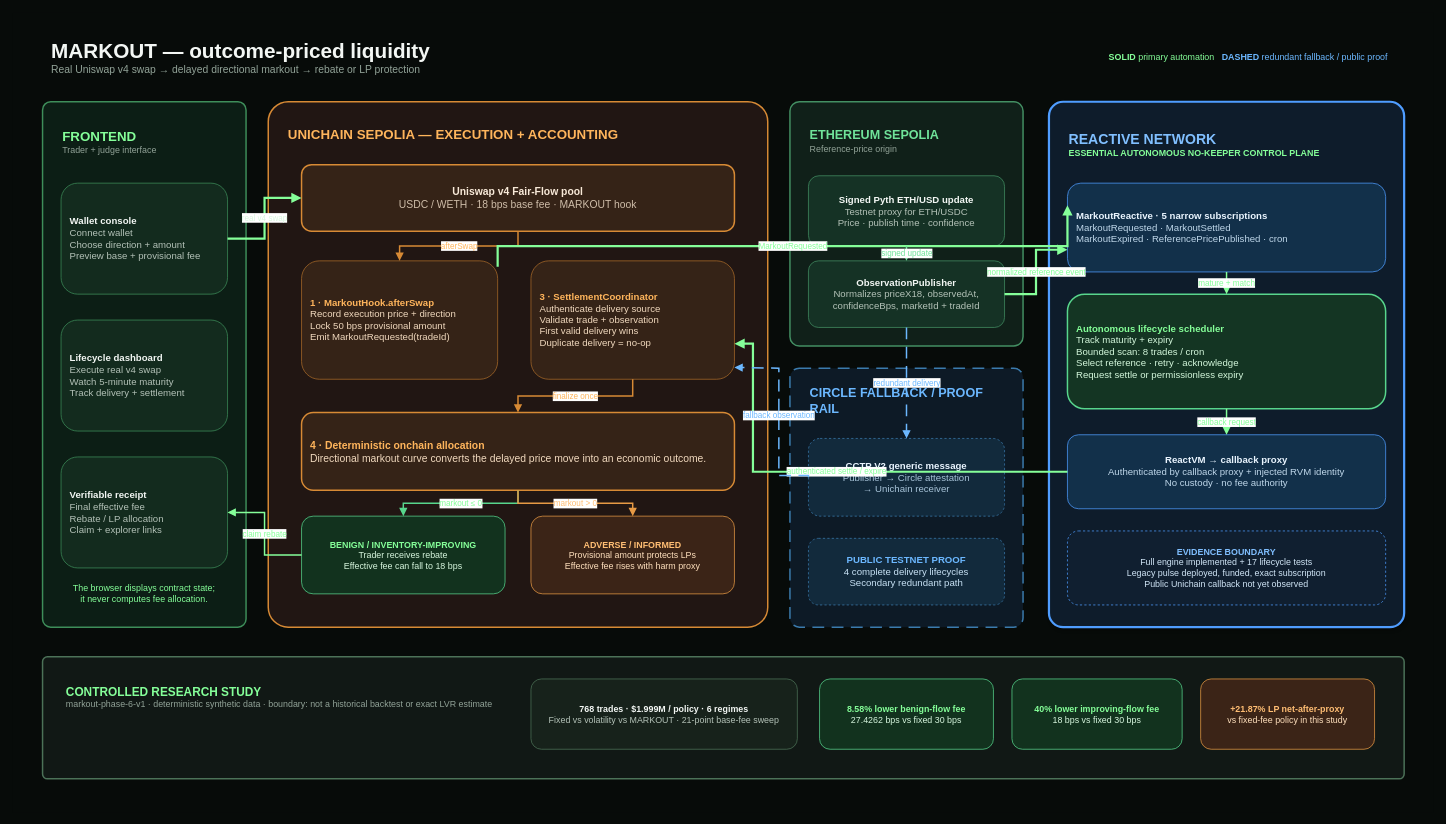
RudraBhaskar9439/markout-hook keeps this draw.io diagram as page "01 Complete Architecture" (1 of 2) of docs/diagrams/MARKOUT_ARCHITECTURE.drawio. Above is the earlier version. Source tidied: cells renumbered, new cells numbered last; positions are measured from the earlier drawing's top-left corner, leaving out a move shared by most shapes. Both pictures are drawn from the tidied source at 74%, with x=0, y=0 at pixel (13, 13).
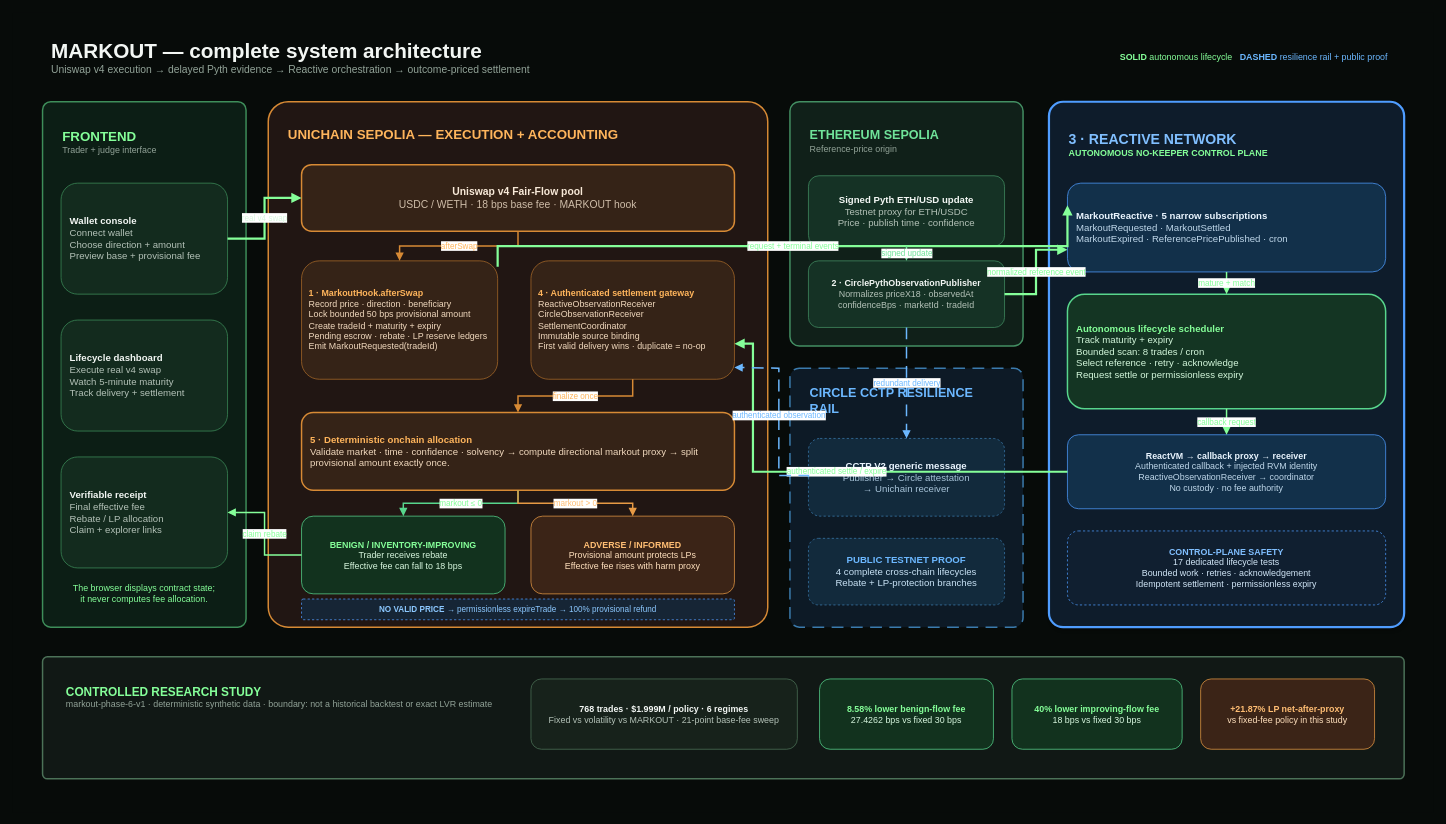
Above is the later version.

Commit message (it also covers changes not shown here):
docs: expand complete MARKOUT system architecture

Unchanged cells that the change refers to:
```xml
<mxCell id="25" value="&lt;font color=&quot;#EAF5FF&quot;&gt;&lt;b&gt;CCTP V2 generic message&lt;/b&gt;&lt;/font&gt;&lt;br&gt;&lt;font color=&quot;#A9C5DA&quot;&gt;Publisher → Circle attestation&lt;br&gt;→ Unichain receiver&lt;/font&gt;" style="rounded=1;whiteSpace=wrap;html=1;fillColor=#122A3C;strokeColor=#3B7BAD;dashed=1;fontSize=13;align=center;" parent="1" vertex="1">
  <mxGeometry x="1075" y="575" width="265" height="105" as="geometry" />
</mxCell>
<mxCell id="29" value="&lt;font color=&quot;#EAF5FF&quot;&gt;&lt;b&gt;MarkoutReactive · 5 narrow subscriptions&lt;/b&gt;&lt;/font&gt;&lt;br&gt;&lt;font color=&quot;#BFD7EA&quot;&gt;MarkoutRequested · MarkoutSettled&lt;br&gt;MarkoutExpired · ReferencePricePublished · cron&lt;/font&gt;" style="rounded=1;whiteSpace=wrap;html=1;fillColor=#12304A;strokeColor=#4F9DFF;fontSize=13;spacing=12;align=left;" parent="1" vertex="1">
  <mxGeometry x="1425" y="230" width="430" height="120" as="geometry" />
</mxCell>
```

The edit, as a diff of the source:
```diff
@@
-    <mxCell id="3" value="&lt;font color=&quot;#F3F7F4&quot; style=&quot;font-size: 28px;&quot;&gt;&lt;b&gt;MARKOUT — outcome-priced liquidity&lt;/b&gt;&lt;/font&gt;&lt;br&gt;&lt;font color=&quot;#92A398&quot; style=&quot;font-size: 14px;&quot;&gt;Real Uniswap v4 swap → delayed directional markout → rebate or LP protection&lt;/font&gt;" style="text;html=1;align=left;verticalAlign=middle;whiteSpace=wrap;rounded=0;" parent="1" vertex="1">
+    <mxCell id="3" value="&lt;font color=&quot;#F3F7F4&quot; style=&quot;font-size: 28px;&quot;&gt;&lt;b&gt;MARKOUT — complete system architecture&lt;/b&gt;&lt;/font&gt;&lt;br&gt;&lt;font color=&quot;#92A398&quot; style=&quot;font-size: 14px;&quot;&gt;Uniswap v4 execution → delayed Pyth evidence → Reactive orchestration → outcome-priced settlement&lt;/font&gt;" style="text;html=1;align=left;verticalAlign=middle;whiteSpace=wrap;rounded=0;" parent="1" vertex="1">
       <mxGeometry x="50" y="25" width="1000" height="70" as="geometry" />
     </mxCell>
-    <mxCell id="4" value="&lt;font color=&quot;#85FF99&quot;&gt;&lt;b&gt;SOLID&lt;/b&gt; primary automation&lt;/font&gt;&amp;nbsp;&amp;nbsp;&amp;nbsp;&lt;font color=&quot;#6CB8FF&quot;&gt;&lt;b&gt;DASHED&lt;/b&gt; redundant fallback / public proof&lt;/font&gt;" style="text;html=1;align=right;verticalAlign=middle;whiteSpace=wrap;rounded=0;" parent="1" vertex="1">
+    <mxCell id="4" value="&lt;font color=&quot;#85FF99&quot;&gt;&lt;b&gt;SOLID&lt;/b&gt; autonomous lifecycle&lt;/font&gt;&amp;nbsp;&amp;nbsp;&amp;nbsp;&lt;font color=&quot;#6CB8FF&quot;&gt;&lt;b&gt;DASHED&lt;/b&gt; resilience rail + public proof&lt;/font&gt;" style="text;html=1;align=right;verticalAlign=middle;whiteSpace=wrap;rounded=0;" parent="1" vertex="1">
       <mxGeometry x="1210" y="40" width="650" height="40" as="geometry" />
     </mxCell>
@@
-    <mxCell id="14" value="&lt;font color=&quot;#FFB55C&quot;&gt;&lt;b&gt;1 · MarkoutHook.afterSwap&lt;/b&gt;&lt;/font&gt;&lt;br&gt;&lt;font color=&quot;#F1D9BE&quot;&gt;Record execution price + direction&lt;br&gt;Lock 50 bps provisional amount&lt;br&gt;Emit MarkoutRequested(tradeId)&lt;/font&gt;" style="rounded=1;whiteSpace=wrap;html=1;fillColor=#352317;strokeColor=#A96A29;fontSize=13;spacing=12;align=left;" parent="1" vertex="1">
+    <mxCell id="14" value="&lt;font color=&quot;#FFB55C&quot;&gt;&lt;b&gt;1 · MarkoutHook.afterSwap&lt;/b&gt;&lt;/font&gt;&lt;br&gt;&lt;font color=&quot;#F1D9BE&quot;&gt;Record price · direction · beneficiary&lt;br&gt;Lock bounded 50 bps provisional amount&lt;br&gt;Create tradeId + maturity + expiry&lt;br&gt;Pending escrow · rebate · LP reserve ledgers&lt;br&gt;Emit MarkoutRequested(tradeId)&lt;/font&gt;" style="rounded=1;whiteSpace=wrap;html=1;fillColor=#352317;strokeColor=#A96A29;fontSize=12;spacing=10;align=left;" parent="1" vertex="1">
       <mxGeometry x="390" y="335" width="265" height="160" as="geometry" />
     </mxCell>
-    <mxCell id="15" value="&lt;font color=&quot;#FFB55C&quot;&gt;&lt;b&gt;3 · SettlementCoordinator&lt;/b&gt;&lt;/font&gt;&lt;br&gt;&lt;font color=&quot;#F1D9BE&quot;&gt;Authenticate delivery source&lt;br&gt;Validate trade + observation&lt;br&gt;First valid delivery wins&lt;br&gt;Duplicate delivery = no-op&lt;/font&gt;" style="rounded=1;whiteSpace=wrap;html=1;fillColor=#352317;strokeColor=#A96A29;fontSize=13;spacing=12;align=left;" parent="1" vertex="1">
+    <mxCell id="15" value="&lt;font color=&quot;#FFB55C&quot;&gt;&lt;b&gt;4 · Authenticated settlement gateway&lt;/b&gt;&lt;/font&gt;&lt;br&gt;&lt;font color=&quot;#F1D9BE&quot;&gt;ReactiveObservationReceiver&lt;br&gt;CircleObservationReceiver&lt;br&gt;SettlementCoordinator&lt;br&gt;Immutable source binding&lt;br&gt;First valid delivery wins · duplicate = no-op&lt;/font&gt;" style="rounded=1;whiteSpace=wrap;html=1;fillColor=#352317;strokeColor=#A96A29;fontSize=12;spacing=10;align=left;" parent="1" vertex="1">
       <mxGeometry x="700" y="335" width="275" height="160" as="geometry" />
     </mxCell>
-    <mxCell id="16" value="&lt;font color=&quot;#FFB55C&quot;&gt;&lt;b&gt;4 · Deterministic onchain allocation&lt;/b&gt;&lt;/font&gt;&lt;br&gt;&lt;font color=&quot;#F1D9BE&quot;&gt;Directional markout curve converts the delayed price move into an economic outcome.&lt;/font&gt;" style="rounded=1;whiteSpace=wrap;html=1;fillColor=#352317;strokeColor=#D78A35;strokeWidth=2;fontSize=14;spacing=12;align=left;" parent="1" vertex="1">
+    <mxCell id="16" value="&lt;font color=&quot;#FFB55C&quot;&gt;&lt;b&gt;5 · Deterministic onchain allocation&lt;/b&gt;&lt;/font&gt;&lt;br&gt;&lt;font color=&quot;#F1D9BE&quot;&gt;Validate market · time · confidence · solvency → compute directional markout proxy → split provisional amount exactly once.&lt;/font&gt;" style="rounded=1;whiteSpace=wrap;html=1;fillColor=#352317;strokeColor=#D78A35;strokeWidth=2;fontSize=13;spacing=12;align=left;" parent="1" vertex="1">
       <mxGeometry x="390" y="540" width="585" height="105" as="geometry" />
     </mxCell>
@@
+    <mxCell id="53" value="&lt;font color=&quot;#8CC8FF&quot;&gt;&lt;b&gt;NO VALID PRICE&lt;/b&gt; → permissionless expireTrade → 100% provisional refund&lt;/font&gt;" style="rounded=1;arcSize=8;whiteSpace=wrap;html=1;fillColor=#162535;strokeColor=#4F9DFF;dashed=1;fontSize=11;align=center;" parent="1" vertex="1">
+      <mxGeometry x="390" y="792" width="585" height="28" as="geometry" />
+    </mxCell>
@@
-    <mxCell id="22" value="&lt;font color=&quot;#F3F7F4&quot;&gt;&lt;b&gt;ObservationPublisher&lt;/b&gt;&lt;/font&gt;&lt;br&gt;&lt;font color=&quot;#B4C2B8&quot;&gt;Normalizes priceX18, observedAt,&lt;br&gt;confidenceBps, marketId + tradeId&lt;/font&gt;" style="rounded=1;whiteSpace=wrap;html=1;fillColor=#153225;strokeColor=#438F63;fontSize=13;align=center;" parent="1" vertex="1">
+    <mxCell id="22" value="&lt;font color=&quot;#F3F7F4&quot;&gt;&lt;b&gt;2 · CirclePythObservationPublisher&lt;/b&gt;&lt;/font&gt;&lt;br&gt;&lt;font color=&quot;#B4C2B8&quot;&gt;Normalizes priceX18 · observedAt&lt;br&gt;confidenceBps · marketId · tradeId&lt;/font&gt;" style="rounded=1;whiteSpace=wrap;html=1;fillColor=#153225;strokeColor=#438F63;fontSize=12;align=center;" parent="1" vertex="1">
       <mxGeometry x="1075" y="335" width="265" height="90" as="geometry" />
     </mxCell>
@@
-    <mxCell id="24" value="&lt;font color=&quot;#6CB8FF&quot; style=&quot;font-size: 17px;&quot;&gt;&lt;b&gt;CIRCLE FALLBACK / PROOF RAIL&lt;/b&gt;&lt;/font&gt;" style="text;html=1;align=left;verticalAlign=middle;whiteSpace=wrap;" parent="1" vertex="1">
+    <mxCell id="24" value="&lt;font color=&quot;#6CB8FF&quot; style=&quot;font-size: 17px;&quot;&gt;&lt;b&gt;CIRCLE CCTP RESILIENCE RAIL&lt;/b&gt;&lt;/font&gt;" style="text;html=1;align=left;verticalAlign=middle;whiteSpace=wrap;" parent="1" vertex="1">
       <mxGeometry x="1075" y="505" width="265" height="40" as="geometry" />
     </mxCell>
@@
-    <mxCell id="26" value="&lt;font color=&quot;#6CB8FF&quot;&gt;&lt;b&gt;PUBLIC TESTNET PROOF&lt;/b&gt;&lt;/font&gt;&lt;br&gt;&lt;font color=&quot;#C8E2F5&quot;&gt;4 complete delivery lifecycles&lt;br&gt;Secondary redundant path&lt;/font&gt;" style="rounded=1;whiteSpace=wrap;html=1;fillColor=#122A3C;strokeColor=#3B7BAD;dashed=1;fontSize=13;align=center;" parent="1" vertex="1">
+    <mxCell id="26" value="&lt;font color=&quot;#6CB8FF&quot;&gt;&lt;b&gt;PUBLIC TESTNET PROOF&lt;/b&gt;&lt;/font&gt;&lt;br&gt;&lt;font color=&quot;#C8E2F5&quot;&gt;4 complete cross-chain lifecycles&lt;br&gt;Rebate + LP-protection branches&lt;/font&gt;" style="rounded=1;whiteSpace=wrap;html=1;fillColor=#122A3C;strokeColor=#3B7BAD;dashed=1;fontSize=13;align=center;" parent="1" vertex="1">
       <mxGeometry x="1075" y="710" width="265" height="90" as="geometry" />
     </mxCell>
@@
-    <mxCell id="28" value="&lt;font color=&quot;#80BFFF&quot; style=&quot;font-size: 19px;&quot;&gt;&lt;b&gt;REACTIVE NETWORK&lt;/b&gt;&lt;/font&gt;&lt;br&gt;&lt;font color=&quot;#85FF99&quot;&gt;&lt;b&gt;ESSENTIAL AUTONOMOUS NO-KEEPER CONTROL PLANE&lt;/b&gt;&lt;/font&gt;" style="text;html=1;align=left;verticalAlign=middle;whiteSpace=wrap;" parent="1" vertex="1">
+    <mxCell id="28" value="&lt;font color=&quot;#80BFFF&quot; style=&quot;font-size: 19px;&quot;&gt;&lt;b&gt;3 · REACTIVE NETWORK&lt;/b&gt;&lt;/font&gt;&lt;br&gt;&lt;font color=&quot;#85FF99&quot;&gt;&lt;b&gt;AUTONOMOUS NO-KEEPER CONTROL PLANE&lt;/b&gt;&lt;/font&gt;" style="text;html=1;align=left;verticalAlign=middle;whiteSpace=wrap;" parent="1" vertex="1">
       <mxGeometry x="1425" y="145" width="425" height="65" as="geometry" />
     </mxCell>
@@
-    <mxCell id="31" value="&lt;font color=&quot;#EAF5FF&quot;&gt;&lt;b&gt;ReactVM → callback proxy&lt;/b&gt;&lt;/font&gt;&lt;br&gt;&lt;font color=&quot;#BFD7EA&quot;&gt;Authenticated by callback proxy + injected RVM identity&lt;br&gt;No custody · no fee authority&lt;/font&gt;" style="rounded=1;whiteSpace=wrap;html=1;fillColor=#12304A;strokeColor=#4F9DFF;fontSize=13;align=center;" parent="1" vertex="1">
+    <mxCell id="31" value="&lt;font color=&quot;#EAF5FF&quot;&gt;&lt;b&gt;ReactVM → callback proxy → receiver&lt;/b&gt;&lt;/font&gt;&lt;br&gt;&lt;font color=&quot;#BFD7EA&quot;&gt;Authenticated callback + injected RVM identity&lt;br&gt;ReactiveObservationReceiver → coordinator&lt;br&gt;No custody · no fee authority&lt;/font&gt;" style="rounded=1;whiteSpace=wrap;html=1;fillColor=#12304A;strokeColor=#4F9DFF;fontSize=12;align=center;" parent="1" vertex="1">
       <mxGeometry x="1425" y="570" width="430" height="100" as="geometry" />
     </mxCell>
-    <mxCell id="32" value="&lt;font color=&quot;#80BFFF&quot;&gt;&lt;b&gt;EVIDENCE BOUNDARY&lt;/b&gt;&lt;/font&gt;&lt;br&gt;&lt;font color=&quot;#D1E6F7&quot;&gt;Full engine implemented + 17 lifecycle tests&lt;br&gt;Legacy pulse deployed, funded, exact subscription&lt;br&gt;Public Unichain callback not yet observed&lt;/font&gt;" style="rounded=1;whiteSpace=wrap;html=1;fillColor=#101F30;strokeColor=#4F9DFF;dashed=1;fontSize=12;align=center;" parent="1" vertex="1">
+    <mxCell id="32" value="&lt;font color=&quot;#80BFFF&quot;&gt;&lt;b&gt;CONTROL-PLANE SAFETY&lt;/b&gt;&lt;/font&gt;&lt;br&gt;&lt;font color=&quot;#D1E6F7&quot;&gt;17 dedicated lifecycle tests&lt;br&gt;Bounded work · retries · acknowledgement&lt;br&gt;Idempotent settlement · permissionless expiry&lt;/font&gt;" style="rounded=1;whiteSpace=wrap;html=1;fillColor=#101F30;strokeColor=#4F9DFF;dashed=1;fontSize=12;align=center;" parent="1" vertex="1">
       <mxGeometry x="1425" y="700" width="430" height="100" as="geometry" />
     </mxCell>
@@
-    <mxCell id="41" value="MarkoutRequested" style="edgeStyle=orthogonalEdgeStyle;rounded=0;html=1;strokeColor=#85FF99;strokeWidth=3;fontColor=#85FF99;endArrow=block;endFill=1;exitX=1;exitY=0.05;entryX=0;entryY=0.25;" parent="1" edge="1" source="14" target="29">
+    <mxCell id="41" value="request + terminal events" style="edgeStyle=orthogonalEdgeStyle;rounded=0;html=1;strokeColor=#85FF99;strokeWidth=3;fontColor=#85FF99;endArrow=block;endFill=1;exitX=1;exitY=0.05;entryX=0;entryY=0.25;" parent="1" edge="1" source="14" target="29">
       <mxGeometry relative="1" as="geometry">
         <Array as="points">
           <mxPoint x="680" y="315" />
           <mxPoint x="1385" y="315" />
         </Array>
       </mxGeometry>
     </mxCell>
@@
-    <mxCell id="48" value="fallback observation" style="edgeStyle=orthogonalEdgeStyle;rounded=0;html=1;strokeColor=#6CB8FF;strokeWidth=2;dashed=1;dashPattern=8 5;fontColor=#6CB8FF;endArrow=block;endFill=1;exitX=0;exitY=0.5;entryX=1;entryY=0.9;" parent="1" edge="1" source="25" target="15">
+    <mxCell id="48" value="authenticated observation" style="edgeStyle=orthogonalEdgeStyle;rounded=0;html=1;strokeColor=#6CB8FF;strokeWidth=2;dashed=1;dashPattern=8 5;fontColor=#6CB8FF;endArrow=block;endFill=1;exitX=0;exitY=0.5;entryX=1;entryY=0.9;" parent="1" edge="1" source="25" target="15">
       <mxGeometry relative="1" as="geometry">
         <Array as="points">
           <mxPoint x="1035" y="625" />
           <mxPoint x="1035" y="480" />
         </Array>
       </mxGeometry>
     </mxCell>
```
